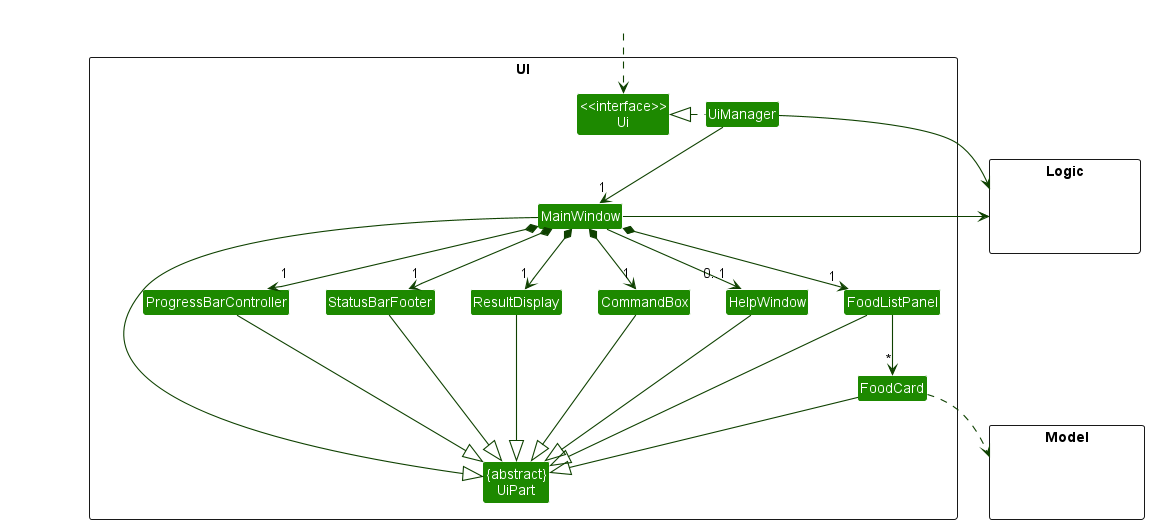
Earlier version of the PlantUML export docs/images/UiClassDiagram.png (nus-cs2103-AY2223S1/tp).
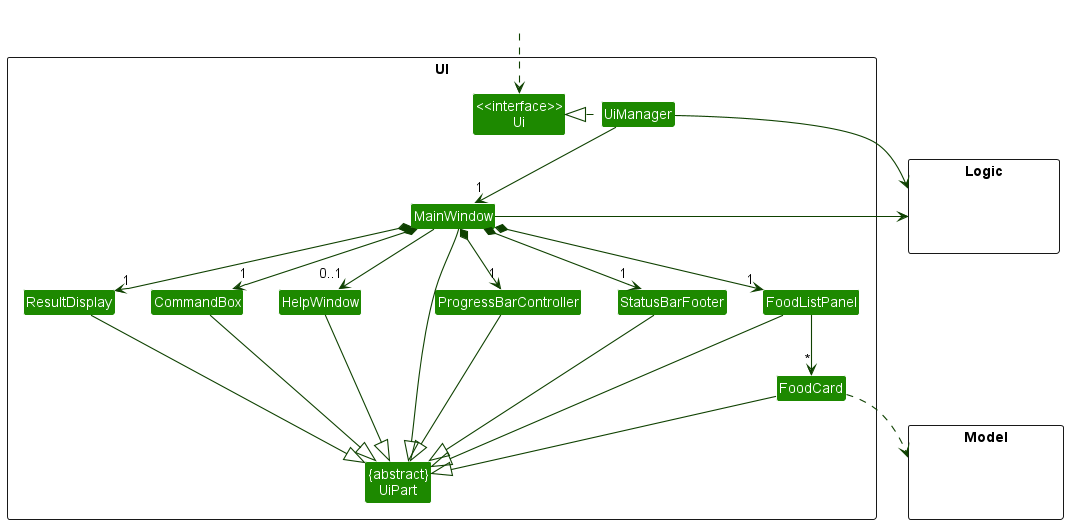
After the commit.

Diff of the diagram source:
```diff
@@ -57,7 +57,6 @@
 FoodListPanel -[hidden]left- HelpWindow
 HelpWindow -[hidden]left- CommandBox
 CommandBox -[hidden]left- ResultDisplay
-ResultDisplay -[hidden]left- StatusBarFooter
 StatusBarFooter -[hidden]left- ProgressBarController
 
 MainWindow -[hidden]-|> UiPart
```
